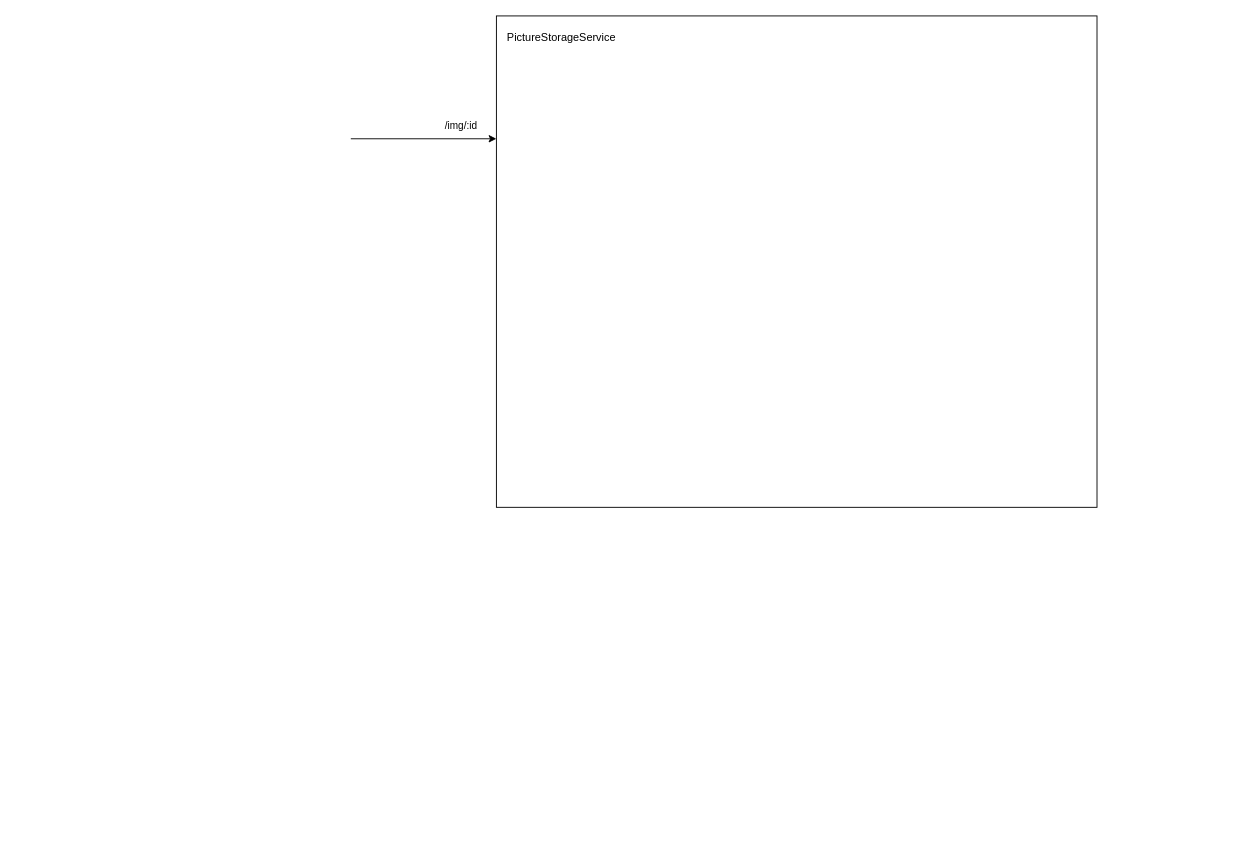
Before: docs/Diagram.drawio in UntitleCMS/PictureStorageService, a draw.io diagram. Source tidied: cells renumbered, new cells numbered last; positions are measured from the earlier drawing's top-left corner, leaving out a move shared by most shapes. Both pictures are drawn from the tidied source at 91%, with x=0, y=0 at pixel (350, 15).
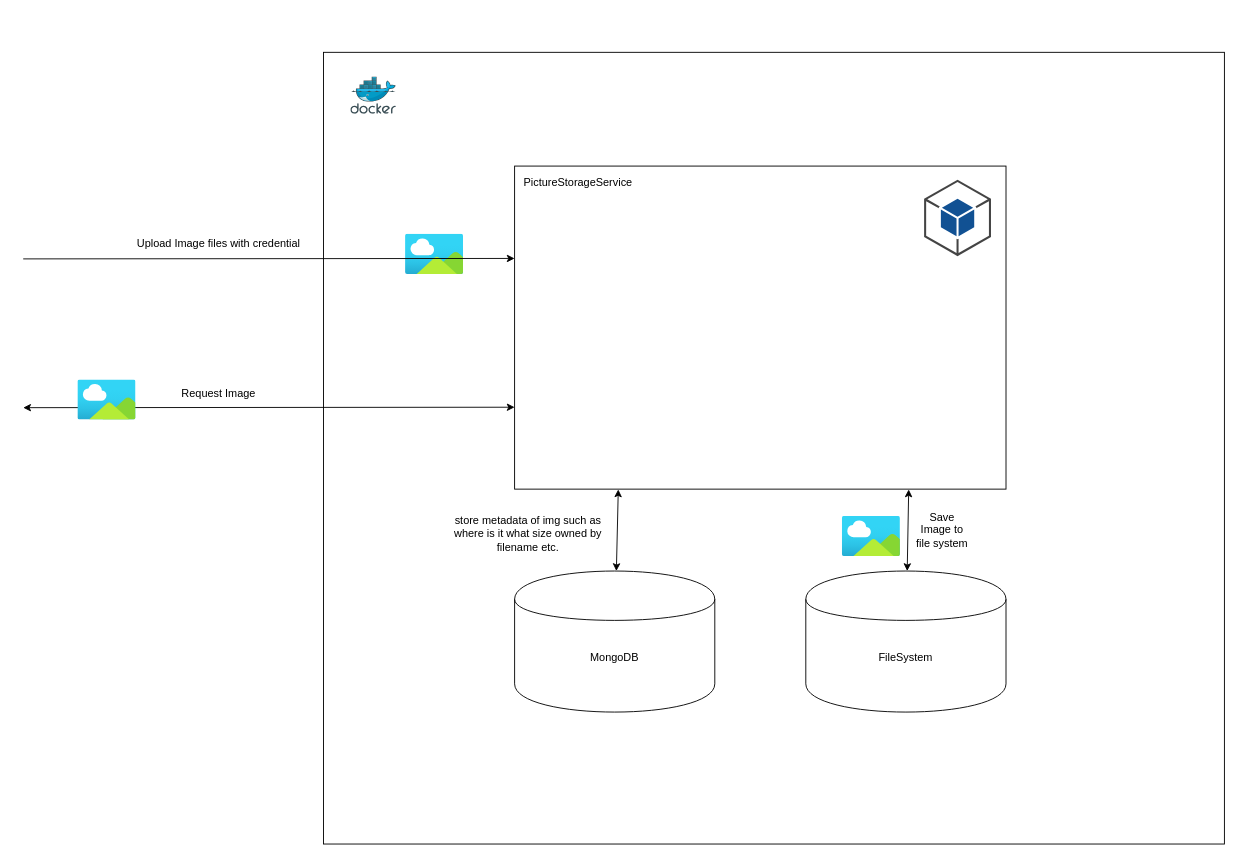
Above is the later version.

Commit message:
add data flow

Diff of the diagram source:
```diff
@@
-    <mxCell id="2" style="rounded=0;whiteSpace=wrap;html=1;" parent="1" vertex="1">
-      <mxGeometry x="160" width="660" height="540" as="geometry" />
-    </mxCell>
+    <mxCell id="6" style="group;" parent="1" vertex="1">
+      <mxGeometry x="-30" y="40" width="990" height="870" as="geometry" />
+    </mxCell>
+    <mxCell id="7" style="rounded=0;whiteSpace=wrap;html=1;" parent="6" vertex="1">
+      <mxGeometry width="990" height="870" as="geometry" />
+    </mxCell>
+    <mxCell id="8" style="sketch=0;html=1;align=center;image;fontSize=12;image=img/lib/mscae/Docker.svg;" parent="6" vertex="1">
+      <mxGeometry x="30" y="27" width="50" height="41" as="geometry" />
+    </mxCell>
+    <mxCell id="9" style="rounded=0;whiteSpace=wrap;html=1;" parent="6" vertex="1">
+      <mxGeometry x="210" y="125" width="540" height="355" as="geometry" />
+    </mxCell>
-    <mxCell id="3" value="PictureStorageService" style="text;whiteSpace=wrap;html=1;" parent="1" vertex="1">
-      <mxGeometry x="170" y="10" width="150" height="40" as="geometry" />
+    <mxCell id="3" value="PictureStorageService" style="text;html=1;strokeColor=none;fillColor=none;align=center;verticalAlign=middle;whiteSpace=wrap;rounded=0;" parent="6" vertex="1">
+      <mxGeometry x="210" y="128" width="140" height="30" as="geometry" />
     </mxCell>
-    <mxCell id="4" style="endArrow=classic;html=1;rounded=0;entryX=0;entryY=0.25;entryDx=0;entryDy=0;" parent="1" edge="1" target="2">
-      <mxGeometry relative="1" as="geometry">
-        <mxPoint y="135" as="sourcePoint" />
-      </mxGeometry>
-    </mxCell>
-    <mxCell id="5" value="/img/:id" style="edgeLabel;html=1;align=center;verticalAlign=middle;" parent="4" vertex="1">
-      <mxGeometry x="-0.3" y="1" relative="1" as="geometry">
-        <mxPoint x="64" y="-14" as="offset" />
-      </mxGeometry>
-    </mxCell>
+    <mxCell id="10" style="group;" parent="6" vertex="1">
+      <mxGeometry x="530" y="570" width="220" height="155" as="geometry" />
+    </mxCell>
+    <mxCell id="11" style="shape=cylinder;whiteSpace=wrap;html=1;boundedLbl=1;backgroundOutline=1;" parent="10" vertex="1">
+      <mxGeometry width="220" height="155" as="geometry" />
+    </mxCell>
+    <mxCell id="12" value="FileSystem" style="text;html=1;strokeColor=none;fillColor=none;align=center;verticalAlign=middle;whiteSpace=wrap;rounded=0;" parent="10" vertex="1">
+      <mxGeometry x="80" y="80" width="60" height="30" as="geometry" />
+    </mxCell>
+    <mxCell id="13" style="group;" parent="6" vertex="1">
+      <mxGeometry x="210" y="570" width="220" height="155" as="geometry" />
+    </mxCell>
+    <mxCell id="14" style="shape=cylinder;whiteSpace=wrap;html=1;boundedLbl=1;backgroundOutline=1;" parent="13" vertex="1">
+      <mxGeometry width="220" height="155" as="geometry" />
+    </mxCell>
+    <mxCell id="15" value="MongoDB" style="text;html=1;strokeColor=none;fillColor=none;align=center;verticalAlign=middle;whiteSpace=wrap;rounded=0;" parent="13" vertex="1">
+      <mxGeometry x="80" y="80" width="60" height="30" as="geometry" />
+    </mxCell>
+    <mxCell id="16" style="edgeStyle=none;html=1;entryX=0.802;entryY=1.001;entryDx=0;entryDy=0;entryPerimeter=0;endArrow=classic;endFill=1;startArrow=classic;startFill=1;" parent="6" edge="1" source="11" target="9">
+      <mxGeometry relative="1" as="geometry" />
+    </mxCell>
+    <mxCell id="17" style="edgeStyle=none;html=1;entryX=0.211;entryY=1.001;entryDx=0;entryDy=0;entryPerimeter=0;startArrow=classic;startFill=1;" parent="6" edge="1" source="14" target="9">
+      <mxGeometry relative="1" as="geometry" />
+    </mxCell>
+    <mxCell id="18" style="dashed=0;verticalLabelPosition=bottom;verticalAlign=top;align=center;html=1;shape=mxgraph.aws3.android;fillColor=#115193;gradientColor=none;" parent="6" vertex="1">
+      <mxGeometry x="660" y="140" width="73.5" height="84" as="geometry" />
+    </mxCell>
+    <mxCell id="19" style="endArrow=classic;html=1;entryX=0;entryY=0.5;entryDx=0;entryDy=0;startArrow=classic;startFill=1;" parent="6" edge="1">
+      <mxGeometry relative="1" as="geometry">
+        <mxPoint x="-330" y="390.5" as="sourcePoint" />
+        <mxPoint x="210" y="390" as="targetPoint" />
+      </mxGeometry>
+    </mxCell>
+    <mxCell id="20" style="html=1;align=center;image;fontSize=12;image=img/lib/azure2/general/Image.svg;" parent="6" vertex="1">
+      <mxGeometry x="90" y="200" width="64" height="44" as="geometry" />
+    </mxCell>
+    <mxCell id="21" style="html=1;align=center;image;fontSize=12;image=img/lib/azure2/general/Image.svg;" parent="6" vertex="1">
+      <mxGeometry x="570" y="510" width="64" height="44" as="geometry" />
+    </mxCell>
+    <mxCell id="22" value="Save Image to file system" style="text;html=1;strokeColor=none;fillColor=none;align=center;verticalAlign=middle;whiteSpace=wrap;rounded=0;" parent="6" vertex="1">
+      <mxGeometry x="650" y="510" width="60" height="30" as="geometry" />
+    </mxCell>
+    <mxCell id="23" value="store metadata of img such as where is it what size owned by filename etc." style="text;html=1;strokeColor=none;fillColor=none;align=center;verticalAlign=middle;whiteSpace=wrap;rounded=0;" parent="6" vertex="1">
+      <mxGeometry x="140" y="499" width="170" height="60" as="geometry" />
+    </mxCell>
+    <mxCell id="24" style="endArrow=classic;html=1;entryX=0;entryY=0.5;entryDx=0;entryDy=0;" parent="1" edge="1">
+      <mxGeometry relative="1" as="geometry">
+        <mxPoint x="-360" y="267" as="sourcePoint" />
+        <mxPoint x="180" y="266.5" as="targetPoint" />
+      </mxGeometry>
+    </mxCell>
+    <mxCell id="25" value="Upload Image files with credential" style="text;html=1;strokeColor=none;fillColor=none;align=center;verticalAlign=middle;whiteSpace=wrap;rounded=0;" parent="1" vertex="1">
+      <mxGeometry x="-260" y="235" width="230" height="30" as="geometry" />
+    </mxCell>
+    <mxCell id="26" value="Request Image" style="text;html=1;strokeColor=none;fillColor=none;align=center;verticalAlign=middle;whiteSpace=wrap;rounded=0;" parent="1" vertex="1">
+      <mxGeometry x="-260" y="400" width="230" height="30" as="geometry" />
+    </mxCell>
+    <mxCell id="27" style="html=1;align=center;image;fontSize=12;image=img/lib/azure2/general/Image.svg;" parent="1" vertex="1">
+      <mxGeometry x="-300" y="400" width="64" height="44" as="geometry" />
+    </mxCell>
```
